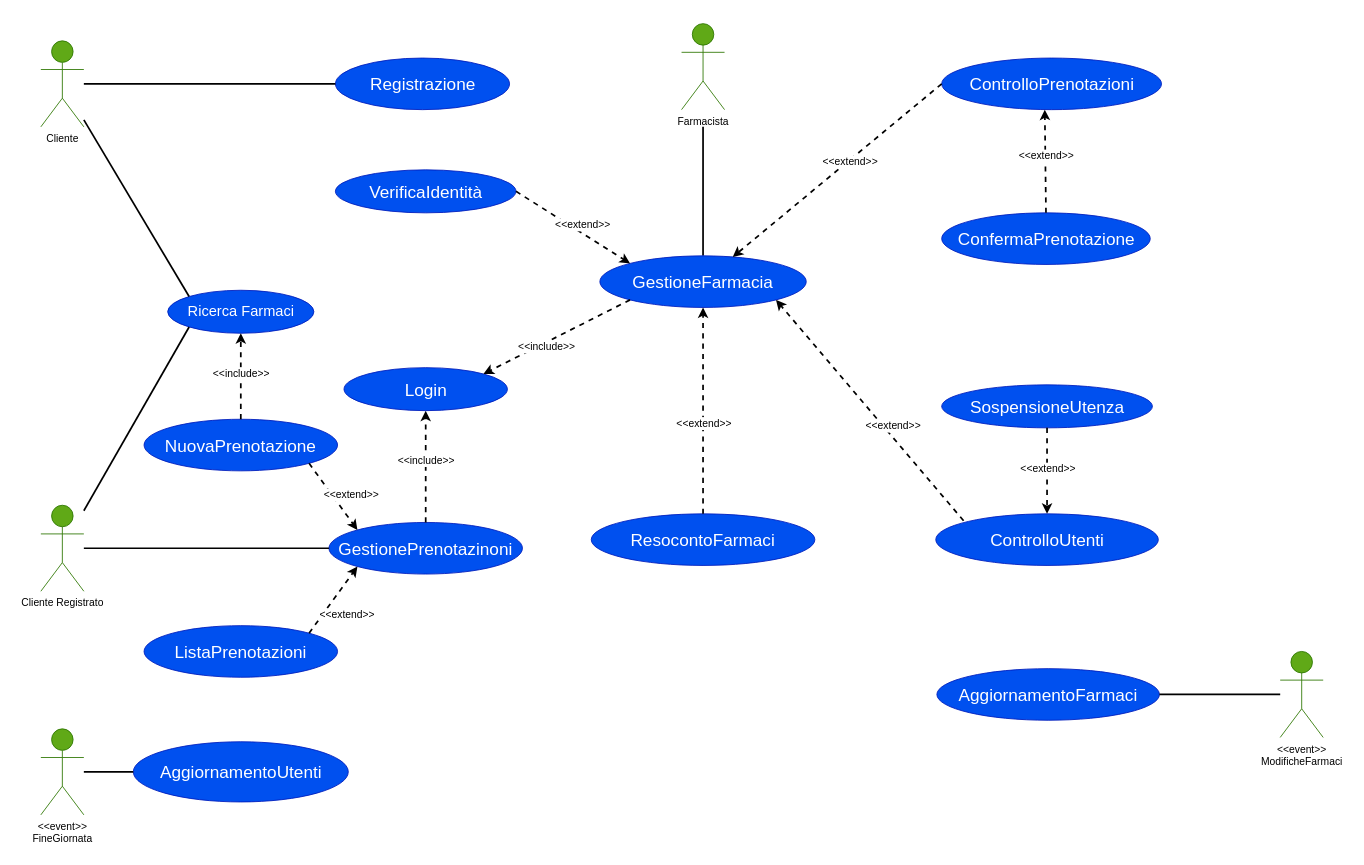
This is drawio/Analisi/CasiUso.drawio from lnwor/farmabyte-doc, a draw.io file, before an edit. Source tidied: cells renumbered, new cells numbered last; positions are measured from the earlier drawing's top-left corner, leaving out a move shared by most shapes. Both pictures are drawn from the tidied source at 86%, with x=0, y=0 at pixel (40, 23).
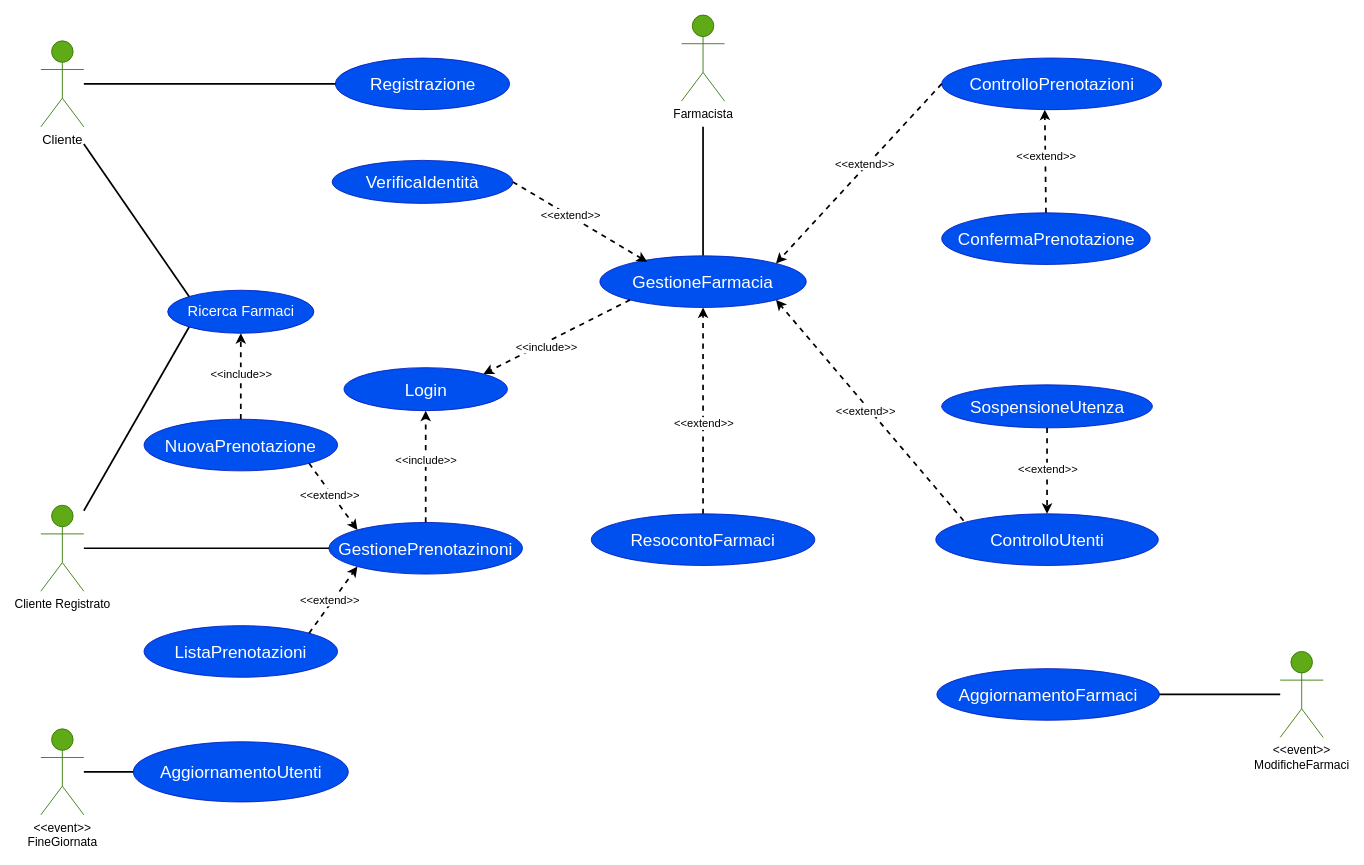
Above is the later version.

The change refers to these unchanged cells:
```xml
<mxCell id="4" value="GestioneFarmacia" style="ellipse;whiteSpace=wrap;html=1;labelBackgroundColor=none;fillColor=#0050ef;strokeColor=#001DBC;fontSize=20;fontColor=#ffffff;" parent="1" vertex="1">
  <mxGeometry x="650" y="270" width="240" height="60" as="geometry" />
</mxCell>
<mxCell id="6" style="endArrow=classic;html=1;shadow=0;strokeColor=#000000;strokeWidth=2;fontSize=13;dashed=1;exitX=0.5;exitY=0;exitDx=0;exitDy=0;entryX=0.5;entryY=1;entryDx=0;entryDy=0;" parent="1" edge="1" source="5" target="8">
  <mxGeometry relative="1" as="geometry" />
</mxCell>
<mxCell id="12" value="Ricerca Farmaci" style="ellipse;whiteSpace=wrap;html=1;labelBackgroundColor=none;fontSize=17;fillColor=#0050ef;strokeColor=#001DBC;fontColor=#ffffff;" parent="1" vertex="1">
  <mxGeometry x="147.5" y="310" width="170" height="50" as="geometry" />
</mxCell>
<mxCell id="19" style="endArrow=classic;html=1;shadow=0;strokeColor=#000000;strokeWidth=2;fontSize=20;fontColor=#000000;exitX=0.5;exitY=0;exitDx=0;exitDy=0;entryX=0.5;entryY=0;entryDx=0;entryDy=0;dashed=1;" parent="1" edge="1" source="17" target="18">
  <mxGeometry relative="1" as="geometry" />
</mxCell>
<mxCell id="22" style="endArrow=classic;html=1;dashed=1;fontSize=12;exitX=0;exitY=1;exitDx=0;exitDy=0;entryX=1;entryY=0;entryDx=0;entryDy=0;strokeWidth=2;jumpStyle=arc;jumpSize=17;" parent="1" edge="1" source="4" target="8">
  <mxGeometry relative="1" as="geometry" />
</mxCell>
<mxCell id="24" style="endArrow=classic;html=1;shadow=0;strokeColor=#000000;strokeWidth=2;fontSize=12;fontColor=#000000;exitX=0.5;exitY=0;exitDx=0;exitDy=0;entryX=0.5;entryY=1;entryDx=0;entryDy=0;dashed=1;" parent="1" edge="1" source="21" target="4">
  <mxGeometry relative="1" as="geometry" />
</mxCell>
<mxCell id="26" style="endArrow=classic;html=1;shadow=0;dashed=1;strokeColor=#000000;strokeWidth=2;fontSize=12;fontColor=#000000;exitX=0.125;exitY=0.133;exitDx=0;exitDy=0;entryX=1;entryY=1;entryDx=0;entryDy=0;exitPerimeter=0;" parent="1" edge="1" source="18" target="4">
  <mxGeometry relative="1" as="geometry" />
</mxCell>
<mxCell id="28" value="ControlloPrenotazioni" style="ellipse;whiteSpace=wrap;html=1;labelBackgroundColor=none;fontSize=20;fillColor=#0050ef;strokeColor=#001DBC;direction=west;fontColor=#ffffff;" parent="1" vertex="1">
  <mxGeometry x="1047.5" y="40" width="255.6" height="60" as="geometry" />
</mxCell>
<mxCell id="32" style="endArrow=classic;html=1;shadow=0;strokeColor=#000000;strokeWidth=2;fontSize=20;fontColor=#000000;entryX=0.531;entryY=0;entryDx=0;entryDy=0;dashed=1;exitX=0.5;exitY=1;exitDx=0;exitDy=0;entryPerimeter=0;" parent="1" edge="1" source="31" target="28">
  <mxGeometry relative="1" as="geometry" />
</mxCell>
<mxCell id="39" style="endArrow=classic;html=1;shadow=0;dashed=1;strokeColor=#000000;strokeWidth=2;fontSize=12;fontColor=#000000;exitX=1;exitY=1;exitDx=0;exitDy=0;entryX=0;entryY=0;entryDx=0;entryDy=0;" parent="1" edge="1" source="38" target="5">
  <mxGeometry relative="1" as="geometry" />
</mxCell>
<mxCell id="41" style="endArrow=classic;html=1;shadow=0;dashed=1;strokeColor=#000000;strokeWidth=2;fontSize=12;fontColor=#000000;exitX=1;exitY=0;exitDx=0;exitDy=0;entryX=0;entryY=1;entryDx=0;entryDy=0;" parent="1" edge="1" source="37" target="5">
  <mxGeometry relative="1" as="geometry" />
</mxCell>
<mxCell id="43" style="endArrow=classic;html=1;shadow=0;strokeColor=#000000;strokeWidth=2;fontSize=13;dashed=1;exitX=0.5;exitY=0;exitDx=0;exitDy=0;entryX=0.5;entryY=1;entryDx=0;entryDy=0;" parent="1" edge="1" source="38" target="12">
  <mxGeometry relative="1" as="geometry" />
</mxCell>
```

What changed in the source:
```diff
@@
-    <mxCell id="7" value="&amp;lt;&amp;lt;include&amp;gt;&amp;gt;" style="edgeLabel;html=1;align=center;verticalAlign=middle;fontSize=12;fontColor=#000000;" parent="6" vertex="1">
+    <mxCell id="7" value="&amp;lt;&amp;lt;include&amp;gt;&amp;gt;" style="edgeLabel;html=1;align=center;verticalAlign=middle;fontSize=13;fontColor=#000000;" parent="6" vertex="1">
       <mxGeometry x="0.33" y="-1" relative="1" as="geometry">
         <mxPoint x="-1" y="13" as="offset" />
       </mxGeometry>
     </mxCell>
@@
     <mxCell id="9" value="VerificaIdentità" style="ellipse;whiteSpace=wrap;html=1;labelBackgroundColor=none;fontSize=20;fillColor=#0050ef;strokeColor=#001DBC;fontColor=#ffffff;" parent="1" vertex="1">
-      <mxGeometry x="342.5" y="170" width="210" height="50" as="geometry" />
+      <mxGeometry x="338.8" y="159" width="210" height="50" as="geometry" />
     </mxCell>
-    <mxCell id="10" style="endArrow=classic;html=1;shadow=0;dashed=1;strokeColor=#000000;strokeWidth=2;fontSize=12;fontColor=#000000;exitX=1;exitY=0.5;exitDx=0;exitDy=0;entryX=0;entryY=0;entryDx=0;entryDy=0;" parent="1" edge="1" source="9" target="4">
-      <mxGeometry relative="1" as="geometry" />
+    <mxCell id="10" style="endArrow=classic;html=1;shadow=0;dashed=1;strokeColor=#000000;strokeWidth=2;fontSize=12;fontColor=#000000;exitX=1;exitY=0.5;exitDx=0;exitDy=0;" parent="1" edge="1" source="9">
+      <mxGeometry relative="1" as="geometry">
+        <mxPoint x="705" y="277" as="targetPoint" />
+      </mxGeometry>
     </mxCell>
-    <mxCell id="11" value="&amp;lt;&amp;lt;extend&amp;gt;&amp;gt;" style="edgeLabel;html=1;align=center;verticalAlign=middle;fontSize=12;fontColor=#000000;" parent="10" vertex="1">
+    <mxCell id="11" value="&amp;lt;&amp;lt;extend&amp;gt;&amp;gt;" style="edgeLabel;html=1;align=center;verticalAlign=middle;fontSize=13;fontColor=#000000;" parent="10" vertex="1">
       <mxGeometry x="-0.24" y="3" relative="1" as="geometry">
-        <mxPoint x="25.1" y="9.2" as="offset" />
+        <mxPoint x="6" y="6" as="offset" />
       </mxGeometry>
     </mxCell>
@@
-    <mxCell id="15" style="endArrow=none;html=1;shadow=0;strokeWidth=2;fontSize=17;fontColor=#000000;exitX=0;exitY=0;exitDx=0;exitDy=0;fillColor=#1ba1e2;" parent="1" edge="1" source="12" target="34">
-      <mxGeometry relative="1" as="geometry" />
+    <mxCell id="15" style="endArrow=none;html=1;shadow=0;strokeWidth=2;fontSize=17;fontColor=#000000;exitX=0;exitY=0;exitDx=0;exitDy=0;fillColor=#1ba1e2;" parent="1" edge="1" source="12">
+      <mxGeometry relative="1" as="geometry">
+        <mxPoint x="50" y="140" as="targetPoint" />
+      </mxGeometry>
     </mxCell>
@@
-    <mxCell id="20" value="&amp;lt;&amp;lt;extend&amp;gt;&amp;gt;" style="edgeLabel;html=1;align=center;verticalAlign=middle;fontSize=12;fontColor=#000000;" parent="19" vertex="1">
+    <mxCell id="20" value="&amp;lt;&amp;lt;extend&amp;gt;&amp;gt;" style="edgeLabel;html=1;align=center;verticalAlign=middle;fontSize=13;fontColor=#000000;" parent="19" vertex="1">
       <mxGeometry x="0.2" y="-1" relative="1" as="geometry">
         <mxPoint x="1" y="-12.3" as="offset" />
       </mxGeometry>
     </mxCell>
@@
-    <mxCell id="23" value="&amp;lt;&amp;lt;include&amp;gt;&amp;gt;" style="edgeLabel;html=1;align=center;verticalAlign=middle;fontSize=12;" parent="22" vertex="1">
+    <mxCell id="23" value="&amp;lt;&amp;lt;include&amp;gt;&amp;gt;" style="edgeLabel;html=1;align=center;verticalAlign=middle;fontSize=13;" parent="22" vertex="1">
       <mxGeometry x="0.17" y="5" relative="1" as="geometry">
         <mxPoint y="-1" as="offset" />
       </mxGeometry>
     </mxCell>
@@
-    <mxCell id="25" value="&amp;lt;&amp;lt;extend&amp;gt;&amp;gt;" style="edgeLabel;html=1;align=center;verticalAlign=middle;fontSize=12;fontColor=#000000;" parent="24" vertex="1">
+    <mxCell id="25" value="&amp;lt;&amp;lt;extend&amp;gt;&amp;gt;" style="edgeLabel;html=1;align=center;verticalAlign=middle;fontSize=13;fontColor=#000000;" parent="24" vertex="1">
       <mxGeometry x="-0.24" y="3" relative="1" as="geometry">
         <mxPoint x="3" y="-15" as="offset" />
       </mxGeometry>
     </mxCell>
@@
-    <mxCell id="27" value="&amp;lt;&amp;lt;extend&amp;gt;&amp;gt;" style="edgeLabel;html=1;align=center;verticalAlign=middle;fontSize=12;fontColor=#000000;" parent="26" vertex="1">
+    <mxCell id="27" value="&amp;lt;&amp;lt;extend&amp;gt;&amp;gt;" style="edgeLabel;html=1;align=center;verticalAlign=middle;fontSize=13;fontColor=#000000;" parent="26" vertex="1">
       <mxGeometry x="-0.24" y="3" relative="1" as="geometry">
-        <mxPoint x="3" y="-15" as="offset" />
+        <mxPoint x="-29" y="-33" as="offset" />
       </mxGeometry>
     </mxCell>
@@
-    <mxCell id="29" style="endArrow=classic;html=1;shadow=0;strokeColor=#000000;strokeWidth=2;fontSize=13;fontColor=#000000;dashed=1;exitX=1;exitY=0.5;exitDx=0;exitDy=0;" parent="1" edge="1" source="28" target="4">
+    <mxCell id="29" style="endArrow=classic;html=1;shadow=0;strokeColor=#000000;strokeWidth=2;fontSize=13;fontColor=#000000;dashed=1;exitX=1;exitY=0.5;exitDx=0;exitDy=0;entryX=1;entryY=0;entryDx=0;entryDy=0;" parent="1" edge="1" source="28" target="4">
       <mxGeometry relative="1" as="geometry" />
     </mxCell>
-    <mxCell id="30" value="&amp;lt;&amp;lt;extend&amp;gt;&amp;gt;" style="edgeLabel;html=1;align=center;verticalAlign=middle;fontSize=12;fontColor=#000000;" parent="29" vertex="1">
+    <mxCell id="30" value="&amp;lt;&amp;lt;extend&amp;gt;&amp;gt;" style="edgeLabel;html=1;align=center;verticalAlign=middle;fontSize=13;fontColor=#000000;" parent="29" vertex="1">
       <mxGeometry x="-0.31" y="-2" relative="1" as="geometry">
         <mxPoint x="-22" y="22" as="offset" />
       </mxGeometry>
     </mxCell>
@@
-    <mxCell id="33" value="&amp;lt;&amp;lt;extend&amp;gt;&amp;gt;" style="edgeLabel;html=1;align=center;verticalAlign=middle;fontSize=12;fontColor=#000000;" parent="32" vertex="1">
+    <mxCell id="33" value="&amp;lt;&amp;lt;extend&amp;gt;&amp;gt;" style="edgeLabel;html=1;align=center;verticalAlign=middle;fontSize=13;fontColor=#000000;" parent="32" vertex="1">
       <mxGeometry x="0.2" y="-1" relative="1" as="geometry">
         <mxPoint y="6" as="offset" />
       </mxGeometry>
     </mxCell>
-    <mxCell id="34" value="&lt;div&gt;Cliente&lt;/div&gt;" style="shape=umlActor;verticalLabelPosition=bottom;verticalAlign=top;html=1;outlineConnect=0;labelBackgroundColor=none;fontSize=12;fillColor=#60a917;strokeColor=#2D7600;" parent="1" vertex="1">
+    <mxCell id="34" value="&lt;div&gt;&lt;font style=&quot;font-size: 15px&quot;&gt;Cliente&lt;/font&gt;&lt;/div&gt;" style="shape=umlActor;verticalLabelPosition=bottom;verticalAlign=top;html=1;outlineConnect=0;labelBackgroundColor=none;fontSize=12;fillColor=#60a917;strokeColor=#2D7600;" parent="1" vertex="1">
       <mxGeometry y="20" width="50" height="100" as="geometry" />
     </mxCell>
-    <mxCell id="35" value="&lt;div&gt;Farmacista&lt;/div&gt;&lt;div&gt;&lt;br&gt;&lt;/div&gt;" style="shape=umlActor;verticalLabelPosition=bottom;verticalAlign=top;html=1;labelBackgroundColor=none;fontSize=12;fillColor=#60a917;strokeColor=#2D7600;" parent="1" vertex="1">
-      <mxGeometry x="745" width="50" height="100" as="geometry" />
+    <mxCell id="35" value="&lt;div style=&quot;font-size: 14px;&quot;&gt;Farmacista&lt;/div&gt;&lt;div style=&quot;font-size: 14px;&quot;&gt;&lt;br style=&quot;font-size: 14px;&quot;&gt;&lt;/div&gt;" style="shape=umlActor;verticalLabelPosition=bottom;verticalAlign=top;html=1;labelBackgroundColor=none;fontSize=14;fillColor=#60a917;strokeColor=#2D7600;" parent="1" vertex="1">
+      <mxGeometry x="745" y="-10" width="50" height="100" as="geometry" />
     </mxCell>
-    <mxCell id="36" value="&lt;div&gt;Cliente Registrato&lt;/div&gt;" style="shape=umlActor;verticalLabelPosition=bottom;verticalAlign=top;html=1;outlineConnect=0;labelBackgroundColor=none;fontSize=12;fillColor=#60a917;strokeColor=#2D7600;" parent="1" vertex="1">
+    <mxCell id="36" value="&lt;div style=&quot;font-size: 14px;&quot;&gt;Cliente Registrato&lt;/div&gt;" style="shape=umlActor;verticalLabelPosition=bottom;verticalAlign=top;html=1;outlineConnect=0;labelBackgroundColor=none;fontSize=14;fillColor=#60a917;strokeColor=#2D7600;" parent="1" vertex="1">
       <mxGeometry y="560" width="50" height="100" as="geometry" />
     </mxCell>
@@
-    <mxCell id="40" value="&amp;lt;&amp;lt;extend&amp;gt;&amp;gt;" style="edgeLabel;html=1;align=center;verticalAlign=middle;fontSize=12;fontColor=#000000;" parent="39" vertex="1">
+    <mxCell id="40" value="&amp;lt;&amp;lt;extend&amp;gt;&amp;gt;" style="edgeLabel;html=1;align=center;verticalAlign=middle;fontSize=13;fontColor=#000000;" parent="39" vertex="1">
       <mxGeometry x="-0.24" y="3" relative="1" as="geometry">
-        <mxPoint x="25.1" y="9.2" as="offset" />
+        <mxPoint y="9" as="offset" />
       </mxGeometry>
     </mxCell>
@@
-    <mxCell id="42" value="&amp;lt;&amp;lt;extend&amp;gt;&amp;gt;" style="edgeLabel;html=1;align=center;verticalAlign=middle;fontSize=12;fontColor=#000000;" parent="41" vertex="1">
+    <mxCell id="42" value="&amp;lt;&amp;lt;extend&amp;gt;&amp;gt;" style="edgeLabel;html=1;align=center;verticalAlign=middle;fontSize=13;fontColor=#000000;" parent="41" vertex="1">
       <mxGeometry x="-0.24" y="3" relative="1" as="geometry">
-        <mxPoint x="25.1" y="9.2" as="offset" />
+        <mxPoint x="5" y="-8" as="offset" />
       </mxGeometry>
     </mxCell>
@@
-    <mxCell id="44" value="&amp;lt;&amp;lt;include&amp;gt;&amp;gt;" style="edgeLabel;html=1;align=center;verticalAlign=middle;fontSize=12;fontColor=#000000;" parent="43" vertex="1">
+    <mxCell id="44" value="&amp;lt;&amp;lt;include&amp;gt;&amp;gt;" style="edgeLabel;html=1;align=center;verticalAlign=middle;fontSize=13;fontColor=#000000;" parent="43" vertex="1">
       <mxGeometry x="0.33" y="-1" relative="1" as="geometry">
         <mxPoint x="-1" y="13" as="offset" />
       </mxGeometry>
     </mxCell>
-    <mxCell id="45" value="&lt;div&gt;&amp;lt;&amp;lt;event&amp;gt;&amp;gt;&lt;/div&gt;&lt;div&gt;FineGiornata&lt;br&gt;&lt;/div&gt;" style="shape=umlActor;verticalLabelPosition=bottom;verticalAlign=top;html=1;outlineConnect=0;labelBackgroundColor=none;fontSize=12;fillColor=#60a917;strokeColor=#2D7600;" parent="1" vertex="1">
+    <mxCell id="45" value="&lt;div style=&quot;font-size: 14px;&quot;&gt;&amp;lt;&amp;lt;event&amp;gt;&amp;gt;&lt;/div&gt;&lt;div style=&quot;font-size: 14px;&quot;&gt;FineGiornata&lt;br style=&quot;font-size: 14px;&quot;&gt;&lt;/div&gt;" style="shape=umlActor;verticalLabelPosition=bottom;verticalAlign=top;html=1;outlineConnect=0;labelBackgroundColor=none;fontSize=14;fillColor=#60a917;strokeColor=#2D7600;" parent="1" vertex="1">
       <mxGeometry y="820" width="50" height="100" as="geometry" />
     </mxCell>
@@
-    <mxCell id="48" value="&lt;div&gt;&amp;lt;&amp;lt;event&amp;gt;&amp;gt;&lt;/div&gt;&lt;div&gt;ModificheFarmaci&lt;/div&gt;" style="shape=umlActor;verticalLabelPosition=bottom;verticalAlign=top;html=1;outlineConnect=0;labelBackgroundColor=none;fontSize=12;fillColor=#60a917;strokeColor=#2D7600;" parent="1" vertex="1">
+    <mxCell id="48" value="&lt;div style=&quot;font-size: 14px;&quot;&gt;&amp;lt;&amp;lt;event&amp;gt;&amp;gt;&lt;/div&gt;&lt;div style=&quot;font-size: 14px;&quot;&gt;ModificheFarmaci&lt;/div&gt;" style="shape=umlActor;verticalLabelPosition=bottom;verticalAlign=top;html=1;outlineConnect=0;labelBackgroundColor=none;fontSize=14;fillColor=#60a917;strokeColor=#2D7600;" parent="1" vertex="1">
       <mxGeometry x="1441.1" y="730" width="50" height="100" as="geometry" />
     </mxCell>
```
